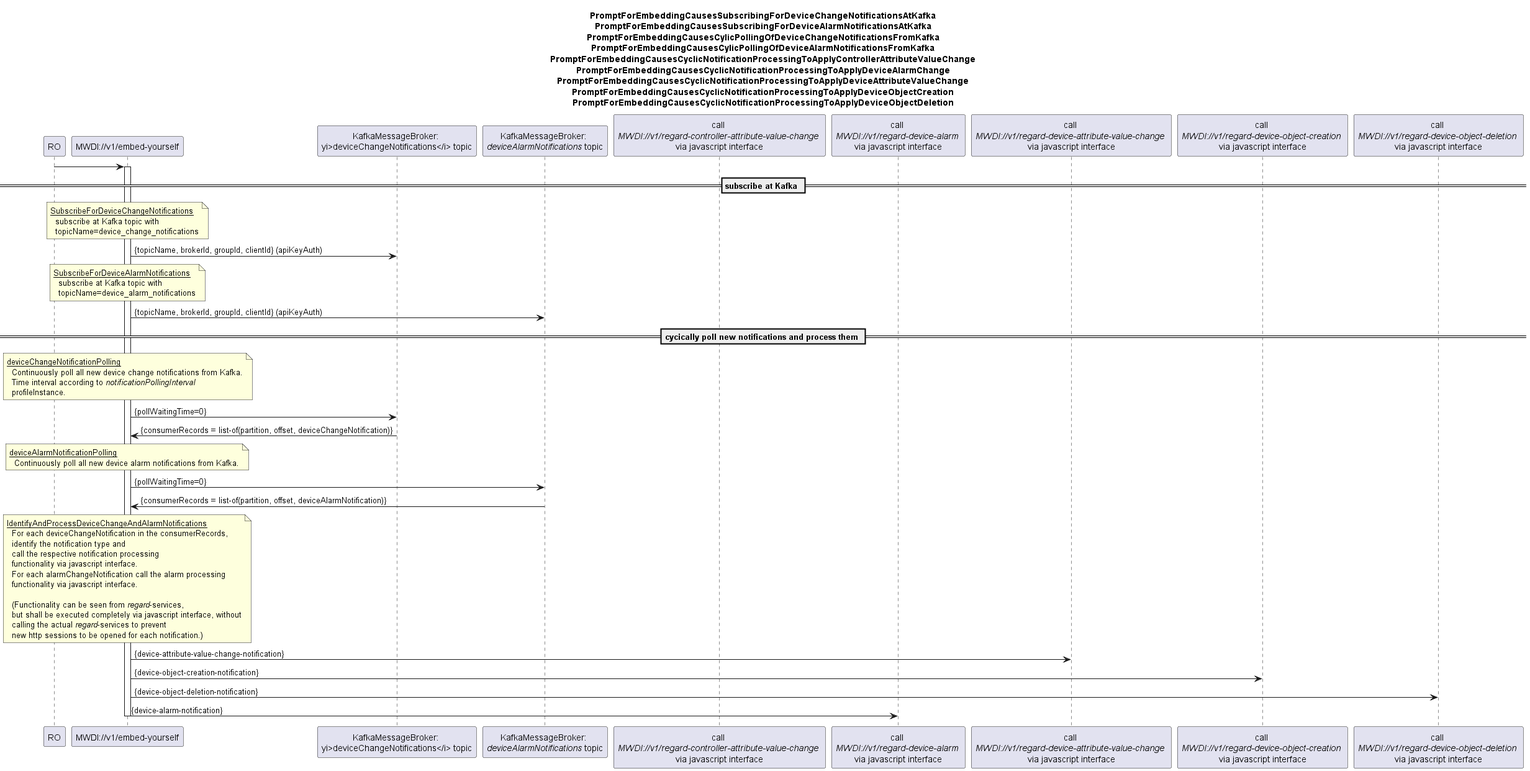
openBackhaul/MicroWaveDeviceInventory keeps this PlantUML diagram as spec/diagrams/01x_NotificationPollingFromKafkaAndProcessing.png. Above is the earlier version.
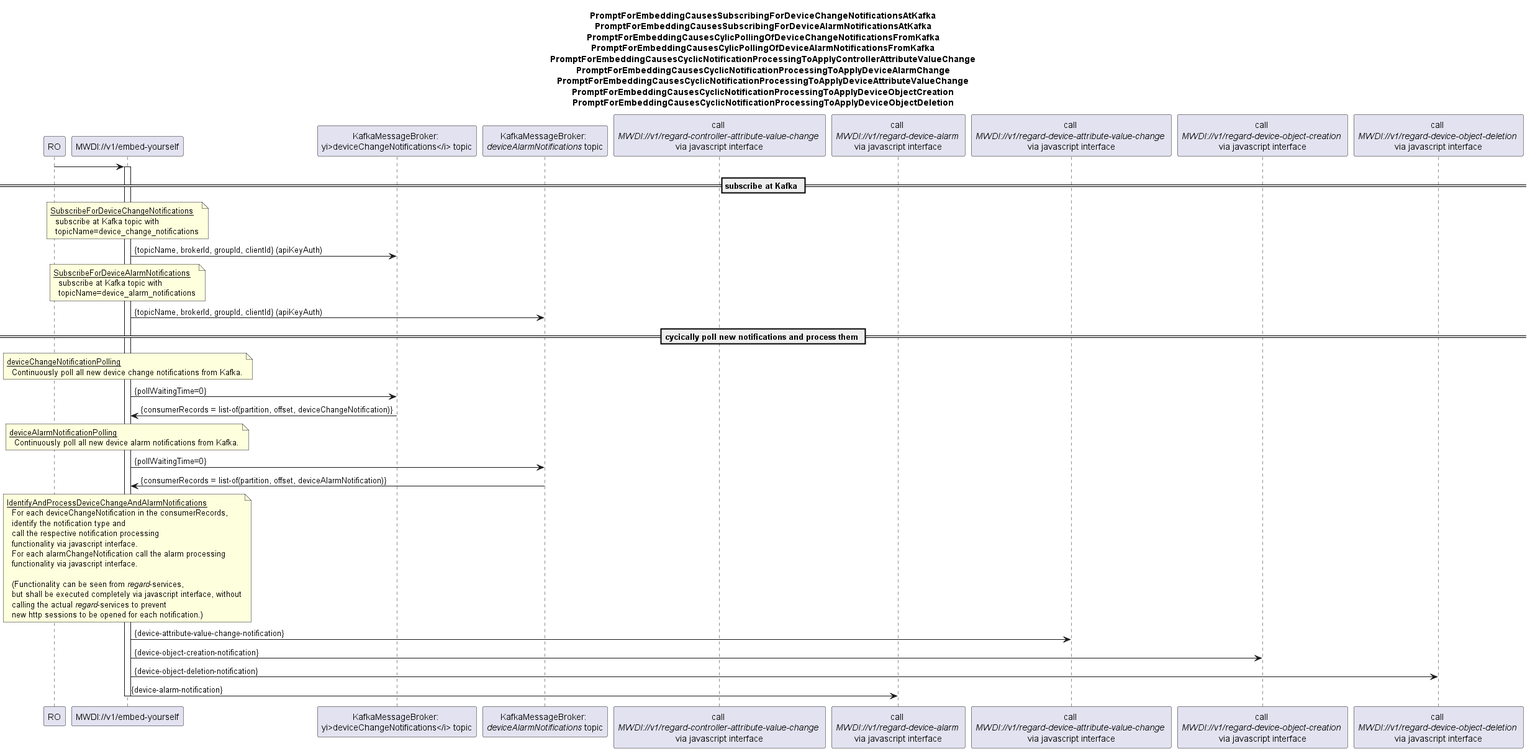
After the change.

Commit message:
remove pollingInterval profileInstance

What changed in the source:
```diff
@@ -46,8 +46,6 @@
 note over mwdi
 <u>deviceChangeNotificationPolling</u>
   Continuously poll all new device change notifications from Kafka.
-  Time interval according to <i>notificationPollingInterval</i>
-  profileInstance.
 end note
 mwdi -> kafkaDev: {pollWaitingTime=0}
 kafkaDev -> mwdi: {consumerRecords = list-of(partition, offset, deviceChangeNotification)}
```
